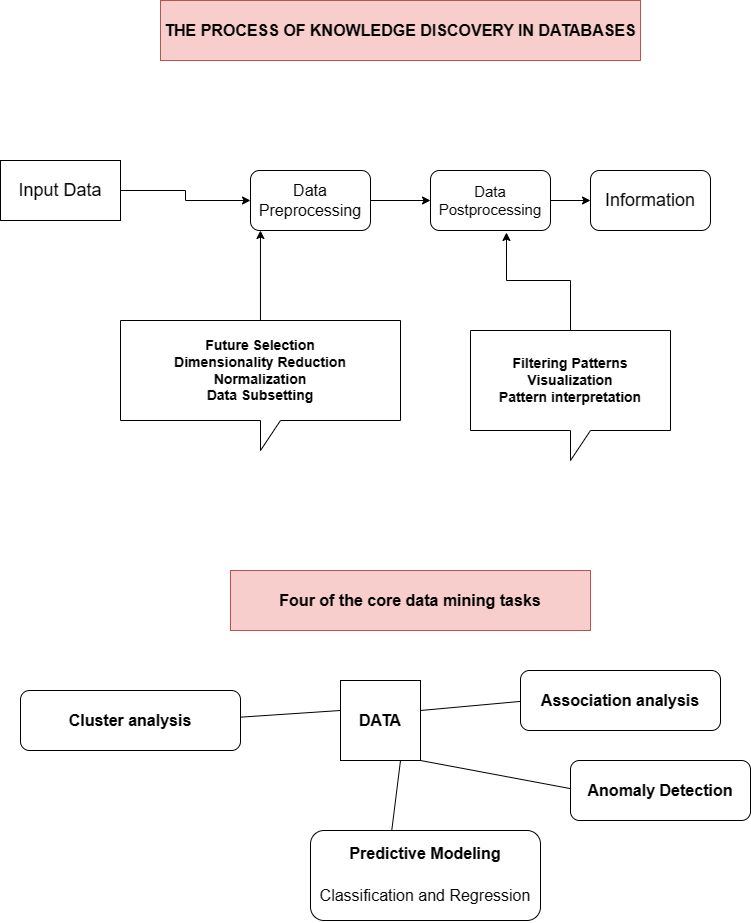
sangaryousmane/alx_softwareEngineering_program keeps this draw.io diagram as Untitled Diagram.drawio.png. Above is the earlier version. Source tidied: cells renumbered, new cells last; positions are measured from the earlier drawing's top-left corner, leaving out a move shared by most shapes.
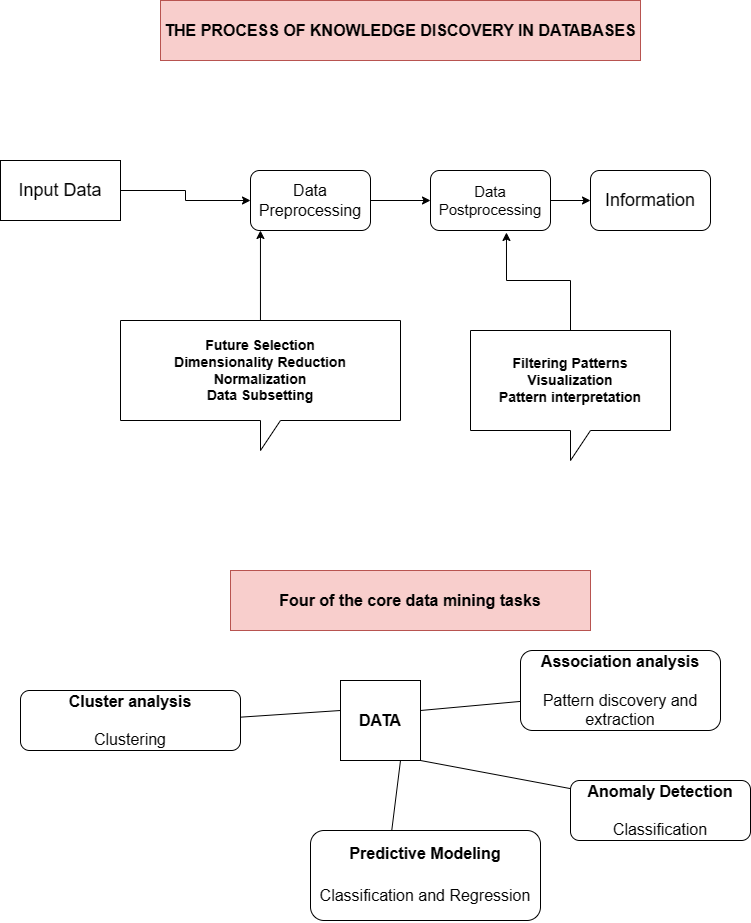
After the change.

Change to the diagram source:
```diff
@@ -50,7 +50,7 @@
         <mxPoint x="340" y="710" as="targetPoint" />
       </mxGeometry>
     </mxCell>
-    <mxCell id="17" value="&lt;b&gt;Cluster analysis&lt;/b&gt;" style="rounded=1;whiteSpace=wrap;html=1;fontSize=16;" parent="1" vertex="1">
+    <mxCell id="17" value="&lt;b&gt;Cluster analysis&lt;/b&gt;&lt;br&gt;&lt;br&gt;Clustering" style="rounded=1;whiteSpace=wrap;html=1;fontSize=16;" parent="1" vertex="1">
       <mxGeometry x="20" y="690" width="220" height="60" as="geometry" />
     </mxCell>
     <mxCell id="18" style="endArrow=none;html=1;rounded=0;fontSize=16;" parent="1" edge="1">
@@ -59,8 +59,8 @@
         <mxPoint x="530" y="700" as="targetPoint" />
       </mxGeometry>
     </mxCell>
-    <mxCell id="19" value="&lt;b&gt;Association analysis&lt;/b&gt;" style="rounded=1;whiteSpace=wrap;html=1;fontSize=16;" parent="1" vertex="1">
-      <mxGeometry x="520" y="670" width="200" height="60" as="geometry" />
+    <mxCell id="19" value="&lt;b&gt;Association analysis&lt;/b&gt;&lt;br&gt;&lt;br&gt;Pattern discovery and extraction" style="rounded=1;whiteSpace=wrap;html=1;fontSize=16;" parent="1" vertex="1">
+      <mxGeometry x="520" y="650" width="200" height="80" as="geometry" />
     </mxCell>
     <mxCell id="20" style="endArrow=none;html=1;rounded=0;fontSize=16;entryX=0.75;entryY=1;entryDx=0;entryDy=0;" parent="1" edge="1" target="15">
       <mxGeometry relative="1" as="geometry">
@@ -76,8 +76,8 @@
         <mxPoint x="420" y="760" as="targetPoint" />
       </mxGeometry>
     </mxCell>
-    <mxCell id="23" value="&lt;b&gt;Anomaly Detection&lt;/b&gt;" style="rounded=1;whiteSpace=wrap;html=1;fontSize=16;" parent="1" vertex="1">
-      <mxGeometry x="570" y="760" width="180" height="60" as="geometry" />
+    <mxCell id="23" value="&lt;b&gt;Anomaly Detection&lt;/b&gt;&lt;br&gt;&lt;br&gt;Classification" style="rounded=1;whiteSpace=wrap;html=1;fontSize=16;" parent="1" vertex="1">
+      <mxGeometry x="570" y="780" width="180" height="60" as="geometry" />
     </mxCell>
   </root>
 </mxGraphModel>
```
